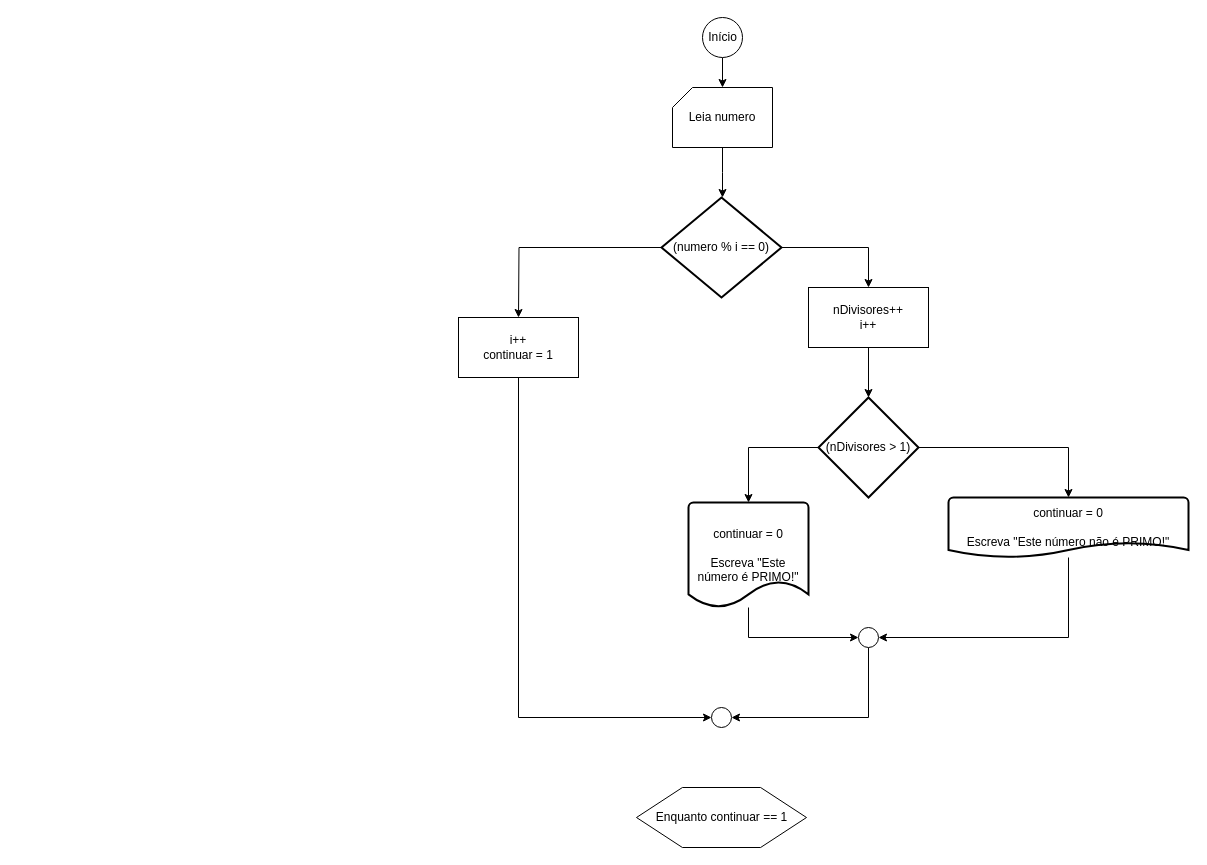
Above: LOG1/Listas/Lista 2 - Comandos Repetição/Diagramas/ex4.drawio in Marchinner/Faculdade (draw.io), before the change. Source tidied: cells renumbered, new cells numbered last; positions are measured from the earlier drawing's top-left corner, leaving out a move shared by most shapes. Both pictures are drawn from the tidied source at 100%, with x=0, y=0 at pixel (458, 17).
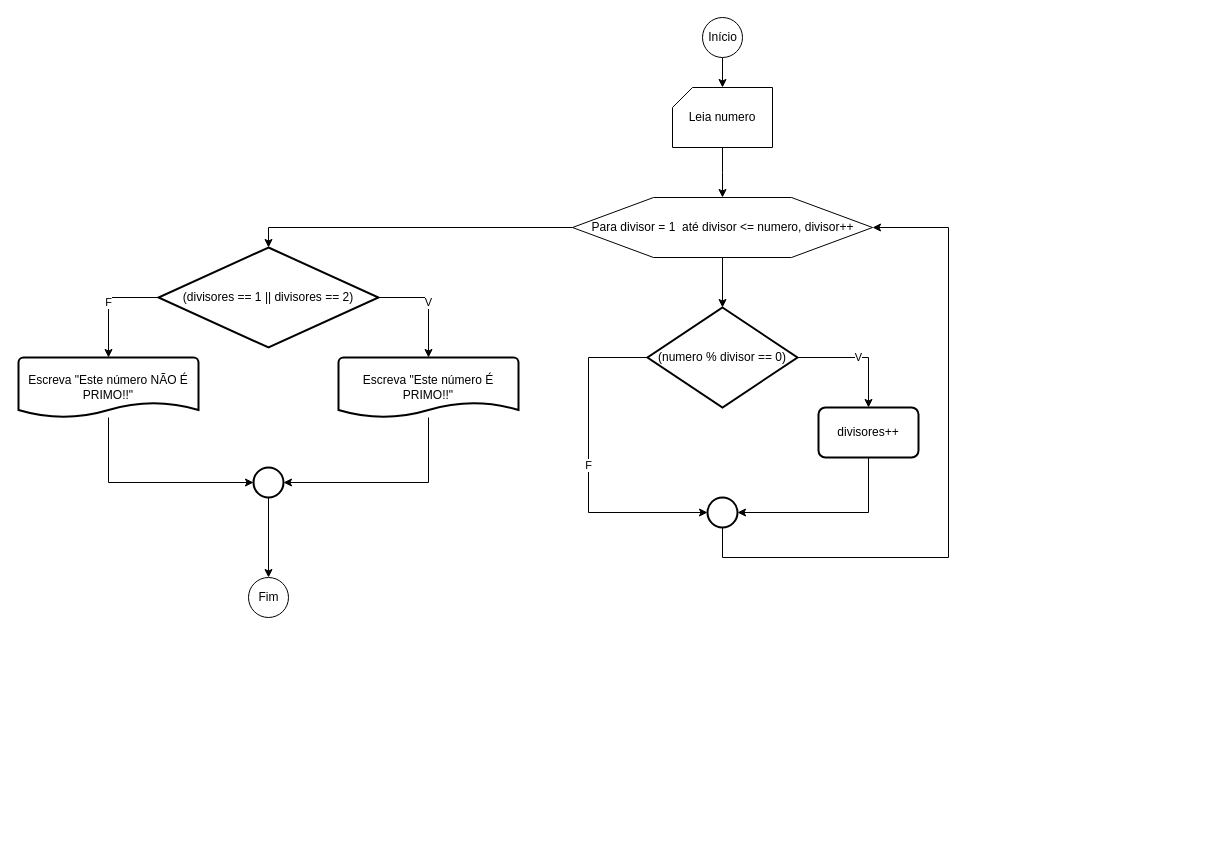
Above is the later version.

Change to the diagram source:
```diff
@@
-    <mxCell id="6" style="edgeStyle=orthogonalEdgeStyle;rounded=0;jettySize=auto;html=1;entryX=0.5;entryY=0;entryDx=0;entryDy=0;" parent="1" edge="1" source="8" target="10">
-      <mxGeometry relative="1" as="geometry" />
-    </mxCell>
-    <mxCell id="7" style="edgeStyle=orthogonalEdgeStyle;rounded=0;jettySize=auto;html=1;entryX=0.5;entryY=0;entryDx=0;entryDy=0;entryPerimeter=0;" parent="1" edge="1" source="8">
-      <mxGeometry relative="1" as="geometry">
-        <mxPoint x="60" y="300" as="targetPoint" />
-      </mxGeometry>
-    </mxCell>
-    <mxCell id="8" value="(numero % i == 0)" style="strokeWidth=2;html=1;shape=mxgraph.flowchart.decision;whiteSpace=wrap;" parent="1" vertex="1">
-      <mxGeometry x="203" y="180" width="120" height="100" as="geometry" />
-    </mxCell>
-    <mxCell id="9" style="edgeStyle=orthogonalEdgeStyle;rounded=0;jettySize=auto;html=1;" parent="1" edge="1" source="10" target="13">
-      <mxGeometry relative="1" as="geometry" />
-    </mxCell>
-    <mxCell id="10" value="nDivisores++&lt;br&gt;i++" style="rounded=0;whiteSpace=wrap;html=1;" parent="1" vertex="1">
-      <mxGeometry x="350" y="270" width="120" height="60" as="geometry" />
-    </mxCell>
-    <mxCell id="11" style="edgeStyle=orthogonalEdgeStyle;rounded=0;jettySize=auto;html=1;entryX=0.5;entryY=0;entryDx=0;entryDy=0;entryPerimeter=0;" parent="1" edge="1" source="13" target="15">
-      <mxGeometry relative="1" as="geometry" />
-    </mxCell>
-    <mxCell id="12" style="edgeStyle=orthogonalEdgeStyle;rounded=0;jettySize=auto;html=1;" parent="1" edge="1" source="13" target="17">
-      <mxGeometry relative="1" as="geometry" />
-    </mxCell>
-    <mxCell id="13" value="(nDivisores &amp;gt; 1)" style="strokeWidth=2;html=1;shape=mxgraph.flowchart.decision;whiteSpace=wrap;" parent="1" vertex="1">
-      <mxGeometry x="360" y="380" width="100" height="100" as="geometry" />
-    </mxCell>
-    <mxCell id="14" style="edgeStyle=orthogonalEdgeStyle;rounded=0;jettySize=auto;html=1;entryX=1;entryY=0.5;entryDx=0;entryDy=0;entryPerimeter=0;" parent="1" edge="1" source="15" target="19">
-      <mxGeometry relative="1" as="geometry">
-        <Array as="points">
-          <mxPoint x="610" y="620" />
-        </Array>
-      </mxGeometry>
-    </mxCell>
-    <mxCell id="15" value="continuar = 0&lt;br&gt;&lt;br&gt;Escreva &quot;Este número não é PRIMO!&quot;" style="strokeWidth=2;html=1;shape=mxgraph.flowchart.document2;whiteSpace=wrap;size=0.25;" parent="1" vertex="1">
-      <mxGeometry x="490" y="480" width="240" height="60" as="geometry" />
-    </mxCell>
-    <mxCell id="16" style="edgeStyle=orthogonalEdgeStyle;rounded=0;jettySize=auto;html=1;entryX=0;entryY=0.5;entryDx=0;entryDy=0;entryPerimeter=0;" parent="1" edge="1" source="17" target="19">
-      <mxGeometry relative="1" as="geometry">
-        <Array as="points">
-          <mxPoint x="290" y="620" />
-        </Array>
-      </mxGeometry>
-    </mxCell>
-    <mxCell id="17" value="continuar = 0&lt;br&gt;&lt;br&gt;Escreva &quot;Este número é PRIMO!&quot;" style="strokeWidth=2;html=1;shape=mxgraph.flowchart.document2;whiteSpace=wrap;size=0.25;" parent="1" vertex="1">
-      <mxGeometry x="230" y="485" width="120" height="105" as="geometry" />
-    </mxCell>
-    <mxCell id="18" style="edgeStyle=orthogonalEdgeStyle;rounded=0;jettySize=auto;html=1;entryX=1;entryY=0.5;entryDx=0;entryDy=0;entryPerimeter=0;" parent="1" edge="1" source="19" target="20">
-      <mxGeometry relative="1" as="geometry">
-        <Array as="points">
-          <mxPoint x="410" y="700" />
-        </Array>
-      </mxGeometry>
-    </mxCell>
-    <mxCell id="19" style="verticalLabelPosition=bottom;verticalAlign=top;html=1;shape=mxgraph.flowchart.on-page_reference;" parent="1" vertex="1">
-      <mxGeometry x="400" y="610" width="20" height="20" as="geometry" />
-    </mxCell>
-    <mxCell id="20" style="verticalLabelPosition=bottom;verticalAlign=top;html=1;shape=mxgraph.flowchart.on-page_reference;" parent="1" vertex="1">
-      <mxGeometry x="253" y="690" width="20" height="20" as="geometry" />
-    </mxCell>
-    <mxCell id="21" style="edgeStyle=orthogonalEdgeStyle;rounded=0;jettySize=auto;html=1;entryX=0;entryY=0.5;entryDx=0;entryDy=0;entryPerimeter=0;" parent="1" edge="1" source="22" target="20">
-      <mxGeometry relative="1" as="geometry">
-        <Array as="points">
-          <mxPoint x="60" y="700" />
-        </Array>
-      </mxGeometry>
-    </mxCell>
-    <mxCell id="22" value="i++&lt;br&gt;continuar = 1" style="rounded=0;whiteSpace=wrap;html=1;" parent="1" vertex="1">
-      <mxGeometry y="300" width="120" height="60" as="geometry" />
-    </mxCell>
-    <mxCell id="23" value="Enquanto continuar == 1" style="verticalLabelPosition=middle;verticalAlign=middle;html=1;shape=hexagon;perimeter=hexagonPerimeter2;arcSize=6;size=0.27;labelPosition=center;align=center;" parent="1" vertex="1">
-      <mxGeometry x="178" y="770" width="170" height="60" as="geometry" />
-    </mxCell>
+    <mxCell id="24" style="edgeStyle=orthogonalEdgeStyle;rounded=0;jettySize=auto;html=1;" parent="1" edge="1" source="26" target="29">
+      <mxGeometry relative="1" as="geometry" />
+    </mxCell>
+    <mxCell id="25" style="edgeStyle=orthogonalEdgeStyle;rounded=0;jettySize=auto;html=1;entryX=0.5;entryY=0;entryDx=0;entryDy=0;entryPerimeter=0;" parent="1" edge="1" source="26" target="36">
+      <mxGeometry relative="1" as="geometry" />
+    </mxCell>
+    <mxCell id="26" value="Para divisor = 1&amp;nbsp; até divisor &amp;lt;= numero, divisor++" style="verticalLabelPosition=middle;verticalAlign=middle;html=1;shape=hexagon;perimeter=hexagonPerimeter2;arcSize=6;size=0.27;labelPosition=center;align=center;" parent="1" vertex="1">
+      <mxGeometry x="114" y="180" width="300" height="60" as="geometry" />
+    </mxCell>
+    <mxCell id="27" value="V" style="edgeStyle=orthogonalEdgeStyle;rounded=0;jettySize=auto;html=1;entryX=0.5;entryY=0;entryDx=0;entryDy=0;" parent="1" edge="1" source="29" target="31">
+      <mxGeometry relative="1" as="geometry" />
+    </mxCell>
+    <mxCell id="28" value="F" style="edgeStyle=orthogonalEdgeStyle;rounded=0;jettySize=auto;html=1;entryX=0;entryY=0.5;entryDx=0;entryDy=0;entryPerimeter=0;" parent="1" edge="1" source="29" target="33">
+      <mxGeometry relative="1" as="geometry">
+        <Array as="points">
+          <mxPoint x="130" y="340" />
+          <mxPoint x="130" y="495" />
+        </Array>
+      </mxGeometry>
+    </mxCell>
+    <mxCell id="29" value="(numero % divisor == 0)" style="strokeWidth=2;html=1;shape=mxgraph.flowchart.decision;whiteSpace=wrap;" parent="1" vertex="1">
+      <mxGeometry x="189" y="290" width="150" height="100" as="geometry" />
+    </mxCell>
+    <mxCell id="30" style="edgeStyle=orthogonalEdgeStyle;rounded=0;jettySize=auto;html=1;entryX=1;entryY=0.5;entryDx=0;entryDy=0;entryPerimeter=0;" parent="1" edge="1" source="31" target="33">
+      <mxGeometry relative="1" as="geometry">
+        <Array as="points">
+          <mxPoint x="410" y="495" />
+        </Array>
+      </mxGeometry>
+    </mxCell>
+    <mxCell id="31" value="divisores++" style="rounded=1;whiteSpace=wrap;html=1;absoluteArcSize=1;arcSize=14;strokeWidth=2;" parent="1" vertex="1">
+      <mxGeometry x="360" y="390" width="100" height="50" as="geometry" />
+    </mxCell>
+    <mxCell id="32" style="edgeStyle=orthogonalEdgeStyle;rounded=0;jettySize=auto;html=1;entryX=1;entryY=0.5;entryDx=0;entryDy=0;" parent="1" edge="1" source="33" target="26">
+      <mxGeometry relative="1" as="geometry">
+        <Array as="points">
+          <mxPoint x="264" y="540" />
+          <mxPoint x="490" y="540" />
+          <mxPoint x="490" y="210" />
+        </Array>
+      </mxGeometry>
+    </mxCell>
+    <mxCell id="33" style="strokeWidth=2;html=1;shape=mxgraph.flowchart.start_2;whiteSpace=wrap;" parent="1" vertex="1">
+      <mxGeometry x="249" y="480" width="30" height="30" as="geometry" />
+    </mxCell>
+    <mxCell id="34" value="V" style="edgeStyle=orthogonalEdgeStyle;rounded=0;jettySize=auto;html=1;entryX=0.5;entryY=0;entryDx=0;entryDy=0;entryPerimeter=0;" parent="1" edge="1" source="36" target="38">
+      <mxGeometry relative="1" as="geometry">
+        <Array as="points">
+          <mxPoint x="-30" y="280" />
+        </Array>
+      </mxGeometry>
+    </mxCell>
+    <mxCell id="35" value="F" style="edgeStyle=orthogonalEdgeStyle;rounded=0;jettySize=auto;html=1;entryX=0.5;entryY=0;entryDx=0;entryDy=0;entryPerimeter=0;" parent="1" edge="1" source="36" target="40">
+      <mxGeometry relative="1" as="geometry">
+        <Array as="points">
+          <mxPoint x="-350" y="280" />
+        </Array>
+      </mxGeometry>
+    </mxCell>
+    <mxCell id="36" value="(divisores == 1 || divisores == 2)" style="strokeWidth=2;html=1;shape=mxgraph.flowchart.decision;whiteSpace=wrap;" parent="1" vertex="1">
+      <mxGeometry x="-300" y="230" width="220" height="100" as="geometry" />
+    </mxCell>
+    <mxCell id="37" style="edgeStyle=orthogonalEdgeStyle;rounded=0;jettySize=auto;html=1;entryX=1;entryY=0.5;entryDx=0;entryDy=0;entryPerimeter=0;" parent="1" edge="1" source="38" target="42">
+      <mxGeometry relative="1" as="geometry">
+        <Array as="points">
+          <mxPoint x="-30" y="465" />
+        </Array>
+      </mxGeometry>
+    </mxCell>
+    <mxCell id="38" value="Escreva &quot;Este número É PRIMO!!&quot;" style="strokeWidth=2;html=1;shape=mxgraph.flowchart.document2;whiteSpace=wrap;size=0.25;" parent="1" vertex="1">
+      <mxGeometry x="-120" y="340" width="180" height="60" as="geometry" />
+    </mxCell>
+    <mxCell id="39" style="edgeStyle=orthogonalEdgeStyle;rounded=0;jettySize=auto;html=1;entryX=0;entryY=0.5;entryDx=0;entryDy=0;entryPerimeter=0;" parent="1" edge="1" source="40" target="42">
+      <mxGeometry relative="1" as="geometry">
+        <Array as="points">
+          <mxPoint x="-350" y="465" />
+        </Array>
+      </mxGeometry>
+    </mxCell>
+    <mxCell id="40" value="Escreva &quot;Este número NÃO É PRIMO!!&quot;" style="strokeWidth=2;html=1;shape=mxgraph.flowchart.document2;whiteSpace=wrap;size=0.25;" parent="1" vertex="1">
+      <mxGeometry x="-440" y="340" width="180" height="60" as="geometry" />
+    </mxCell>
+    <mxCell id="41" style="edgeStyle=orthogonalEdgeStyle;rounded=0;jettySize=auto;html=1;" parent="1" edge="1" source="42" target="43">
+      <mxGeometry relative="1" as="geometry" />
+    </mxCell>
+    <mxCell id="42" style="strokeWidth=2;html=1;shape=mxgraph.flowchart.start_2;whiteSpace=wrap;" parent="1" vertex="1">
+      <mxGeometry x="-205" y="450" width="30" height="30" as="geometry" />
+    </mxCell>
+    <mxCell id="43" value="Fim" style="verticalLabelPosition=middle;verticalAlign=middle;html=1;shape=mxgraph.flowchart.on-page_reference;labelPosition=center;align=center;" parent="1" vertex="1">
+      <mxGeometry x="-210" y="560" width="40" height="40" as="geometry" />
+    </mxCell>
```
